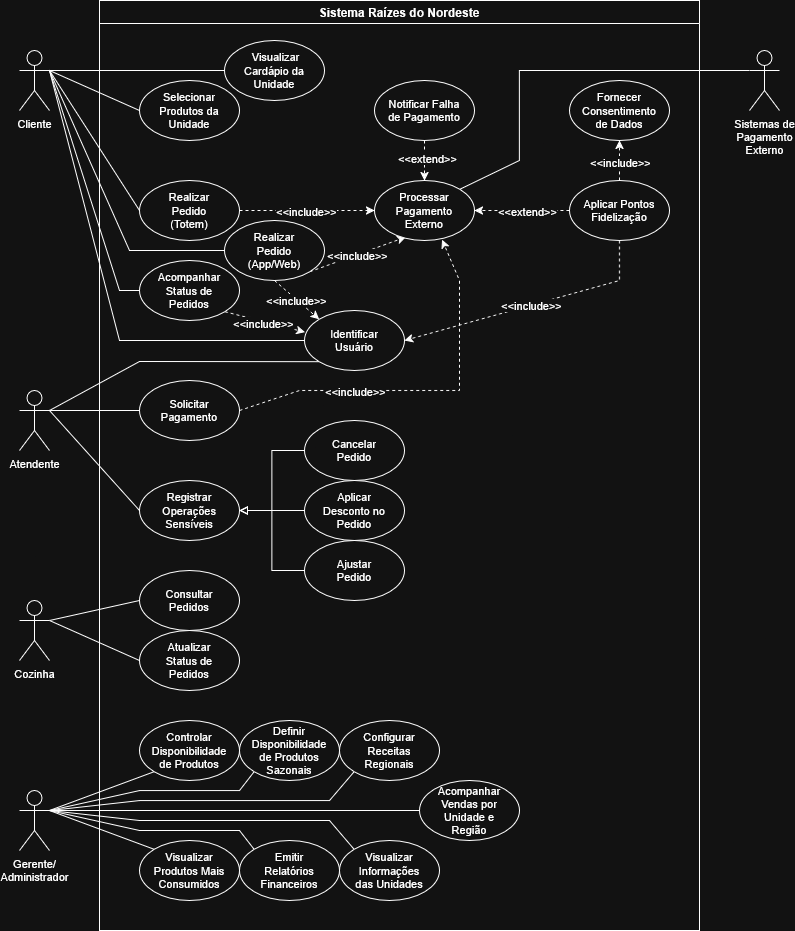
This is docs/casos-de-uso/sistema-raizes-do-nordeste.drawio.png from artknak/raizes-do-nordeste, a draw.io export, as it was before one commit. Source tidied: cells renumbered, new cells last; positions are measured from the earlier drawing's top-left corner, leaving out a move shared by most shapes.
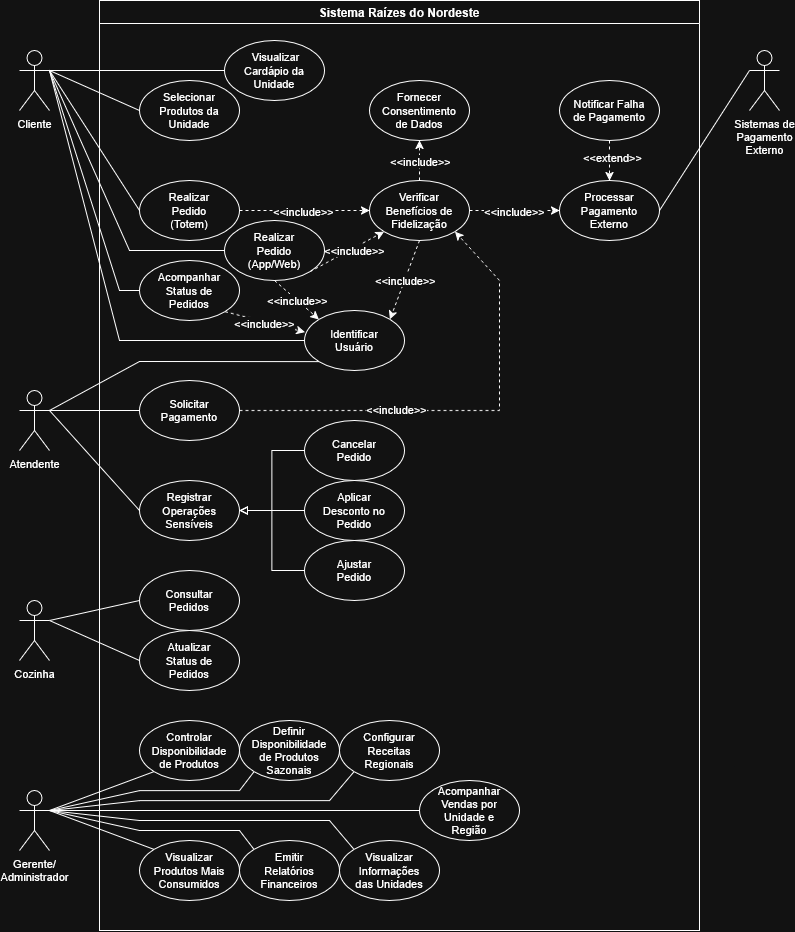
Above is the later version.

Commit message:
Corrigir ordem de UCs no Diagrama de Casos de Uso

What changed in the source:
```diff
@@ -5,17 +5,19 @@
     <mxCell id="2" value="Sistema Raízes do Nordeste" style="swimlane;whiteSpace=wrap;html=1;startSize=23;" parent="1" vertex="1">
       <mxGeometry x="80" width="600" height="930" as="geometry" />
     </mxCell>
-    <mxCell id="3" style="rounded=0;jettySize=auto;html=1;exitX=1;exitY=0.5;exitDx=0;exitDy=0;entryX=0;entryY=0.5;entryDx=0;entryDy=0;dashed=1;" parent="2" edge="1" source="25" target="32">
+    <mxCell id="3" style="rounded=0;jettySize=auto;html=1;exitX=1;exitY=0.5;exitDx=0;exitDy=0;dashed=1;entryX=0;entryY=0.5;entryDx=0;entryDy=0;" parent="2" edge="1" source="25" target="80">
       <mxGeometry relative="1" as="geometry" />
     </mxCell>
     <mxCell id="4" value="&amp;lt;&amp;lt;include&amp;gt;&amp;gt;" style="edgeLabel;html=1;align=center;verticalAlign=middle;" parent="3" vertex="1">
       <mxGeometry x="-0.02" relative="1" as="geometry" />
     </mxCell>
-    <mxCell id="5" style="rounded=0;jettySize=auto;html=1;exitX=1;exitY=1;exitDx=0;exitDy=0;entryX=0.314;entryY=0.943;entryDx=0;entryDy=0;dashed=1;entryPerimeter=0;" parent="2" edge="1" source="29" target="32">
+    <mxCell id="5" style="rounded=0;jettySize=auto;html=1;exitX=1;exitY=1;exitDx=0;exitDy=0;dashed=1;entryX=0;entryY=1;entryDx=0;entryDy=0;" parent="2" edge="1" source="29" target="80">
       <mxGeometry relative="1" as="geometry" />
     </mxCell>
     <mxCell id="6" value="&lt;div&gt;&amp;lt;&amp;lt;include&amp;gt;&amp;gt;&lt;/div&gt;" style="edgeLabel;html=1;align=center;verticalAlign=middle;" parent="5" vertex="1">
-      <mxGeometry x="-0.02" relative="1" as="geometry" />
+      <mxGeometry x="-0.02" relative="1" as="geometry">
+        <mxPoint x="8" y="-2" as="offset" />
+      </mxGeometry>
     </mxCell>
     <mxCell id="7" style="rounded=0;jettySize=auto;html=1;exitX=0.5;exitY=1;exitDx=0;exitDy=0;entryX=0;entryY=0;entryDx=0;entryDy=0;dashed=1;" parent="2" edge="1" source="29" target="31">
       <mxGeometry relative="1" as="geometry" />
@@ -29,28 +31,6 @@
     <mxCell id="10" value="&amp;lt;&amp;lt;extend&amp;gt;&amp;gt;" style="edgeLabel;html=1;align=center;verticalAlign=middle;" parent="9" vertex="1">
       <mxGeometry x="-0.15" y="2" relative="1" as="geometry" />
     </mxCell>
-    <mxCell id="11" style="rounded=0;jettySize=auto;html=1;exitX=0;exitY=0.5;exitDx=0;exitDy=0;entryX=1;entryY=0.5;entryDx=0;entryDy=0;dashed=1;" parent="2" edge="1" source="34" target="32">
-      <mxGeometry relative="1" as="geometry" />
-    </mxCell>
-    <mxCell id="12" value="&amp;lt;&amp;lt;extend&amp;gt;&amp;gt;" style="edgeLabel;html=1;align=center;verticalAlign=middle;" parent="11" vertex="1">
-      <mxGeometry x="-0.09" relative="1" as="geometry" />
-    </mxCell>
-    <mxCell id="13" style="edgeStyle=orthogonalEdgeStyle;rounded=0;jettySize=auto;html=1;exitX=0.5;exitY=0;exitDx=0;exitDy=0;entryX=0.5;entryY=1;entryDx=0;entryDy=0;dashed=1;" parent="2" edge="1" source="34" target="35">
-      <mxGeometry relative="1" as="geometry" />
-    </mxCell>
-    <mxCell id="14" value="&amp;lt;&amp;lt;include&amp;gt;&amp;gt;" style="edgeLabel;html=1;align=center;verticalAlign=middle;" parent="13" vertex="1">
-      <mxGeometry x="-0.04" relative="1" as="geometry" />
-    </mxCell>
-    <mxCell id="15" style="rounded=0;jettySize=auto;html=1;exitX=0.5;exitY=1;exitDx=0;exitDy=0;entryX=1;entryY=0.5;entryDx=0;entryDy=0;dashed=1;" parent="2" edge="1" source="34" target="31">
-      <mxGeometry relative="1" as="geometry">
-        <Array as="points">
-          <mxPoint x="520" y="280" />
-        </Array>
-      </mxGeometry>
-    </mxCell>
-    <mxCell id="16" value="&amp;lt;&amp;lt;include&amp;gt;&amp;gt;" style="edgeLabel;html=1;align=center;verticalAlign=middle;" parent="15" vertex="1">
-      <mxGeometry relative="1" as="geometry" />
-    </mxCell>
     <mxCell id="17" style="rounded=0;jettySize=auto;html=1;exitX=1;exitY=1;exitDx=0;exitDy=0;entryX=0.004;entryY=0.36;entryDx=0;entryDy=0;entryPerimeter=0;dashed=1;" parent="2" edge="1" source="27" target="31">
       <mxGeometry relative="1" as="geometry" />
     </mxCell>
@@ -109,45 +89,31 @@
       <mxGeometry x="205" y="310" width="100" height="60" as="geometry" />
     </mxCell>
     <mxCell id="32" value="&lt;div&gt;Processar&lt;/div&gt;&lt;div&gt;Pagamento&lt;/div&gt;&lt;div&gt;Externo&lt;/div&gt;" style="ellipse;whiteSpace=wrap;html=1;fontSize=11;" parent="2" vertex="1">
-      <mxGeometry x="275" y="180" width="100" height="60" as="geometry" />
+      <mxGeometry x="460" y="180" width="100" height="60" as="geometry" />
     </mxCell>
     <mxCell id="33" value="&lt;div&gt;Notificar Falha&lt;/div&gt;&lt;div&gt;de Pagamento&lt;/div&gt;" style="ellipse;whiteSpace=wrap;html=1;fontSize=11;" parent="2" vertex="1">
-      <mxGeometry x="275" y="80" width="100" height="60" as="geometry" />
+      <mxGeometry x="460" y="80" width="100" height="60" as="geometry" />
     </mxCell>
-    <mxCell id="34" value="&lt;div&gt;Aplicar Pontos&lt;/div&gt;&lt;div&gt;Fidelização&lt;/div&gt;" style="ellipse;whiteSpace=wrap;html=1;fontSize=11;" parent="2" vertex="1">
-      <mxGeometry x="470" y="180" width="100" height="60" as="geometry" />
-    </mxCell>
-    <mxCell id="35" value="&lt;div&gt;Fornecer&lt;/div&gt;&lt;div&gt;Consentimento&lt;/div&gt;&lt;div&gt;de Dados&lt;/div&gt;" style="ellipse;whiteSpace=wrap;html=1;fontSize=11;" parent="2" vertex="1">
-      <mxGeometry x="470" y="80" width="100" height="60" as="geometry" />
-    </mxCell>
+    <mxCell id="37" style="rounded=0;jettySize=auto;html=1;exitX=0;exitY=0.3333333333333333;exitDx=0;exitDy=0;exitPerimeter=0;entryX=1;entryY=0.5;entryDx=0;entryDy=0;endArrow=none;endFill=0;" parent="2" edge="1" source="36" target="32">
+      <mxGeometry relative="1" as="geometry" />
+    </mxCell>
     <mxCell id="36" value="&lt;div&gt;Sistemas de&lt;/div&gt;&lt;div&gt;Pagamento&lt;/div&gt;&lt;div&gt;Externo&lt;/div&gt;" style="shape=umlActor;verticalLabelPosition=bottom;verticalAlign=top;html=1;outlineConnect=0;fontSize=11;" parent="2" vertex="1">
       <mxGeometry x="650" y="50" width="30" height="60" as="geometry" />
     </mxCell>
-    <mxCell id="37" style="rounded=0;jettySize=auto;html=1;exitX=0;exitY=0.3333333333333333;exitDx=0;exitDy=0;exitPerimeter=0;entryX=1;entryY=0;entryDx=0;entryDy=0;endArrow=none;endFill=0;" parent="2" edge="1" source="36" target="32">
-      <mxGeometry relative="1" as="geometry">
-        <Array as="points">
-          <mxPoint x="420" y="70" />
-          <mxPoint x="420" y="160" />
-        </Array>
-      </mxGeometry>
-    </mxCell>
     <mxCell id="38" value="&lt;div&gt;Registrar&lt;/div&gt;&lt;div&gt;Operações&lt;/div&gt;&lt;div&gt;Sensíveis&lt;/div&gt;" style="ellipse;whiteSpace=wrap;html=1;fontSize=11;" parent="2" vertex="1">
       <mxGeometry x="40" y="480" width="100" height="60" as="geometry" />
     </mxCell>
-    <mxCell id="39" style="rounded=0;jettySize=auto;html=1;exitX=1;exitY=0.5;exitDx=0;exitDy=0;entryX=0.676;entryY=0.985;entryDx=0;entryDy=0;dashed=1;entryPerimeter=0;" parent="2" edge="1" source="41" target="32">
-      <mxGeometry relative="1" as="geometry">
-        <Array as="points">
-          <mxPoint x="200" y="390" />
-          <mxPoint x="360" y="390" />
-          <mxPoint x="360" y="280" />
-        </Array>
-      </mxGeometry>
-    </mxCell>
-    <mxCell id="40" value="&amp;lt;&amp;lt;include&amp;gt;&amp;gt;" style="edgeLabel;html=1;align=center;verticalAlign=middle;" parent="39" vertex="1">
-      <mxGeometry x="-0.46" relative="1" as="geometry">
-        <mxPoint x="17" as="offset" />
-      </mxGeometry>
-    </mxCell>
+    <mxCell id="72" style="rounded=0;jettySize=auto;html=1;exitX=1;exitY=0.5;exitDx=0;exitDy=0;entryX=1;entryY=1;entryDx=0;entryDy=0;dashed=1;" parent="2" edge="1" source="41" target="80">
+      <mxGeometry relative="1" as="geometry">
+        <Array as="points">
+          <mxPoint x="400" y="410" />
+          <mxPoint x="400" y="280" />
+        </Array>
+      </mxGeometry>
+    </mxCell>
+    <mxCell id="73" value="&amp;lt;&amp;lt;include&amp;gt;&amp;gt;" style="edgeLabel;html=1;align=center;verticalAlign=middle;" parent="72" vertex="1">
+      <mxGeometry x="-0.31" y="2" relative="1" as="geometry" />
+    </mxCell>
     <mxCell id="41" value="&lt;div&gt;Solicitar&lt;/div&gt;&lt;div&gt;Pagamento&lt;/div&gt;" style="ellipse;whiteSpace=wrap;html=1;fontSize=11;" parent="2" vertex="1">
       <mxGeometry x="40" y="380" width="100" height="60" as="geometry" />
     </mxCell>
@@ -205,6 +171,30 @@
     <mxCell id="59" value="&lt;div&gt;Emitir&lt;/div&gt;&lt;div&gt;Relatórios&lt;/div&gt;&lt;div&gt;Financeiros&lt;/div&gt;" style="ellipse;whiteSpace=wrap;html=1;fontSize=11;" parent="2" vertex="1">
       <mxGeometry x="140" y="840" width="100" height="60" as="geometry" />
     </mxCell>
+    <mxCell id="74" style="rounded=0;jettySize=auto;html=1;exitX=0.5;exitY=1;exitDx=0;exitDy=0;entryX=1;entryY=0;entryDx=0;entryDy=0;dashed=1;" parent="2" edge="1" source="80" target="31">
+      <mxGeometry relative="1" as="geometry" />
+    </mxCell>
+    <mxCell id="75" value="&amp;lt;&amp;lt;include&amp;gt;&amp;gt;" style="edgeLabel;html=1;align=center;verticalAlign=middle;" parent="74" vertex="1">
+      <mxGeometry relative="1" as="geometry" />
+    </mxCell>
+    <mxCell id="76" style="edgeStyle=orthogonalEdgeStyle;rounded=0;jettySize=auto;html=1;exitX=1;exitY=0.5;exitDx=0;exitDy=0;entryX=0;entryY=0.5;entryDx=0;entryDy=0;dashed=1;" parent="2" edge="1" source="80" target="32">
+      <mxGeometry relative="1" as="geometry" />
+    </mxCell>
+    <mxCell id="77" value="&amp;lt;&amp;lt;include&amp;gt;&amp;gt;" style="edgeLabel;html=1;align=center;verticalAlign=middle;" parent="76" vertex="1">
+      <mxGeometry x="0.01" relative="1" as="geometry" />
+    </mxCell>
+    <mxCell id="78" style="edgeStyle=orthogonalEdgeStyle;rounded=0;jettySize=auto;html=1;exitX=0.5;exitY=0;exitDx=0;exitDy=0;entryX=0.5;entryY=1;entryDx=0;entryDy=0;dashed=1;" parent="2" edge="1" source="80" target="35">
+      <mxGeometry relative="1" as="geometry" />
+    </mxCell>
+    <mxCell id="79" value="&amp;lt;&amp;lt;include&amp;gt;&amp;gt;" style="edgeLabel;html=1;align=center;verticalAlign=middle;" parent="78" vertex="1">
+      <mxGeometry x="0.02" relative="1" as="geometry" />
+    </mxCell>
+    <mxCell id="80" value="&lt;div&gt;Verificar&lt;/div&gt;&lt;div&gt;Benefícios de&lt;/div&gt;&lt;div&gt;Fidelização&lt;/div&gt;" style="ellipse;whiteSpace=wrap;html=1;fontSize=11;" parent="2" vertex="1">
+      <mxGeometry x="270" y="180" width="100" height="60" as="geometry" />
+    </mxCell>
+    <mxCell id="35" value="&lt;div&gt;Fornecer&lt;/div&gt;&lt;div&gt;Consentimento&lt;/div&gt;&lt;div&gt;de Dados&lt;/div&gt;" style="ellipse;whiteSpace=wrap;html=1;fontSize=11;" parent="2" vertex="1">
+      <mxGeometry x="270" y="80" width="100" height="60" as="geometry" />
+    </mxCell>
     <mxCell id="60" style="rounded=0;jettySize=auto;html=1;exitX=1;exitY=0.3333333333333333;exitDx=0;exitDy=0;exitPerimeter=0;entryX=0;entryY=1;entryDx=0;entryDy=0;endArrow=none;endFill=0;" parent="1" edge="1" source="63" target="31">
       <mxGeometry relative="1" as="geometry">
         <Array as="points">
```
